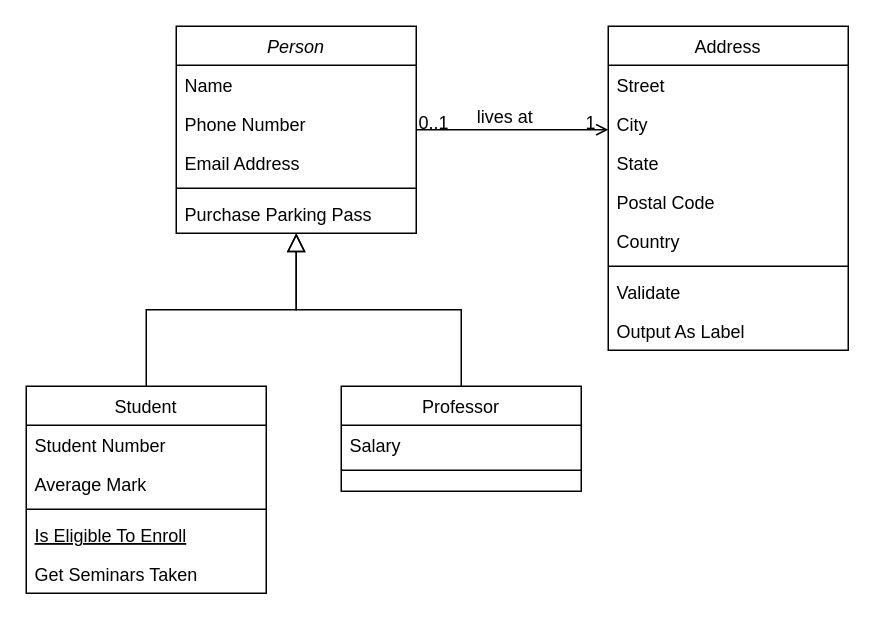
The draw.io diagram 未命名绘图.drawio in DongjianPeng/draw.io, before the edit. Source tidied: cells renumbered, new cells numbered last; positions are measured from the earlier drawing's top-left corner, leaving out a move shared by most shapes. Both pictures are drawn from the tidied source at 150%, with x=0, y=0 at pixel (26, 26).
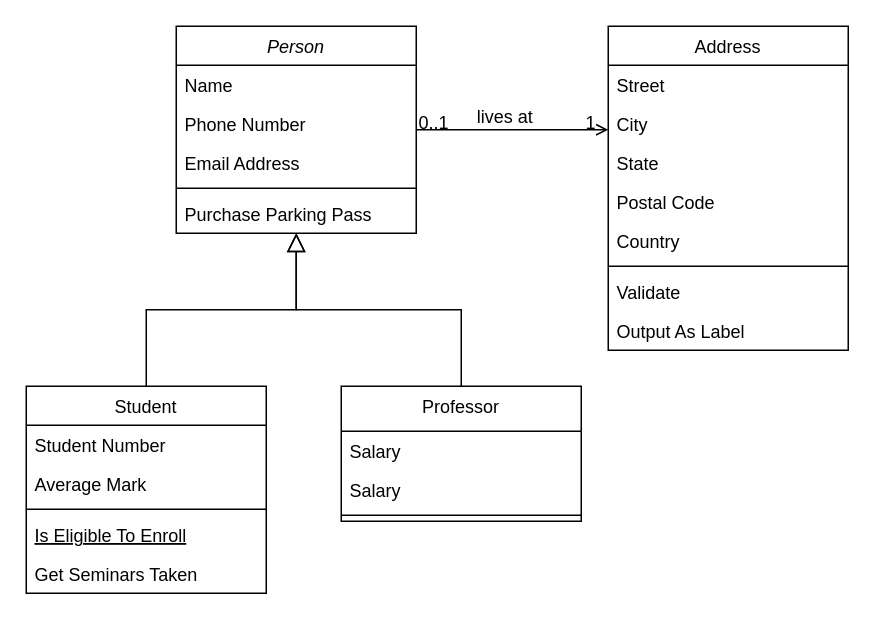
The same page after the edit.

What changed in the source:
```diff
@@
-    <mxCell id="15" value="Professor" style="swimlane;fontStyle=0;align=center;verticalAlign=top;horizontal=1;startSize=26;rounded=0;shadow=0;strokeWidth=1;" parent="1" vertex="1">
-      <mxGeometry x="210" y="240" width="160" height="70" as="geometry" />
+    <mxCell id="15" value="Professor" style="swimlane;fontStyle=0;align=center;verticalAlign=top;horizontal=1;startSize=30;rounded=0;shadow=0;strokeWidth=1;" parent="1" vertex="1">
+      <mxGeometry x="210" y="240" width="160" height="90" as="geometry" />
     </mxCell>
     <mxCell id="16" value="Salary" style="text;align=left;verticalAlign=top;spacingLeft=4;spacingRight=4;overflow=hidden;" parent="15" vertex="1">
-      <mxGeometry y="26" width="160" height="26" as="geometry" />
+      <mxGeometry y="30" width="160" height="26" as="geometry" />
     </mxCell>
+    <mxCell id="32" value="Salary" style="text;align=left;verticalAlign=top;spacingLeft=4;spacingRight=4;overflow=hidden;" parent="15" vertex="1">
+      <mxGeometry y="56" width="160" height="26" as="geometry" />
+    </mxCell>
     <mxCell id="17" style="line;html=1;strokeWidth=1;align=left;verticalAlign=middle;spacingTop=-1;spacingLeft=3;spacingRight=3;labelPosition=right;" parent="15" vertex="1">
-      <mxGeometry y="52" width="160" height="8" as="geometry" />
+      <mxGeometry y="82" width="160" height="8" as="geometry" />
     </mxCell>
```
